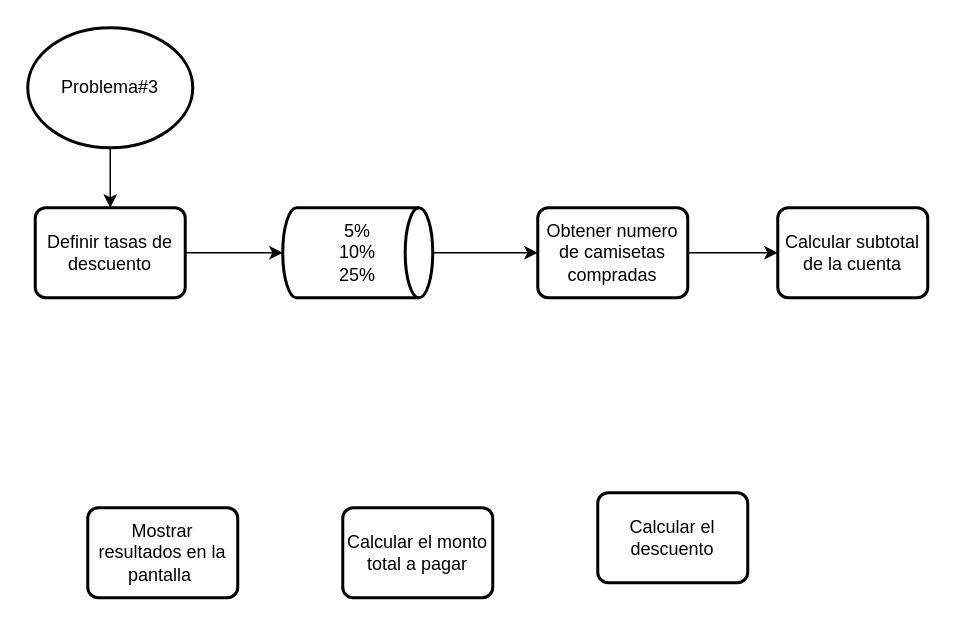
Diego-Campo/sistemas keeps this draw.io diagram as Untitled Diagram.drawio. Above is the earlier version. Source tidied: cells renumbered, new cells numbered last; positions are measured from the earlier drawing's top-left corner, leaving out a move shared by most shapes. Both pictures are drawn from the tidied source at 150%, with x=0, y=0 at pixel (27, 27).
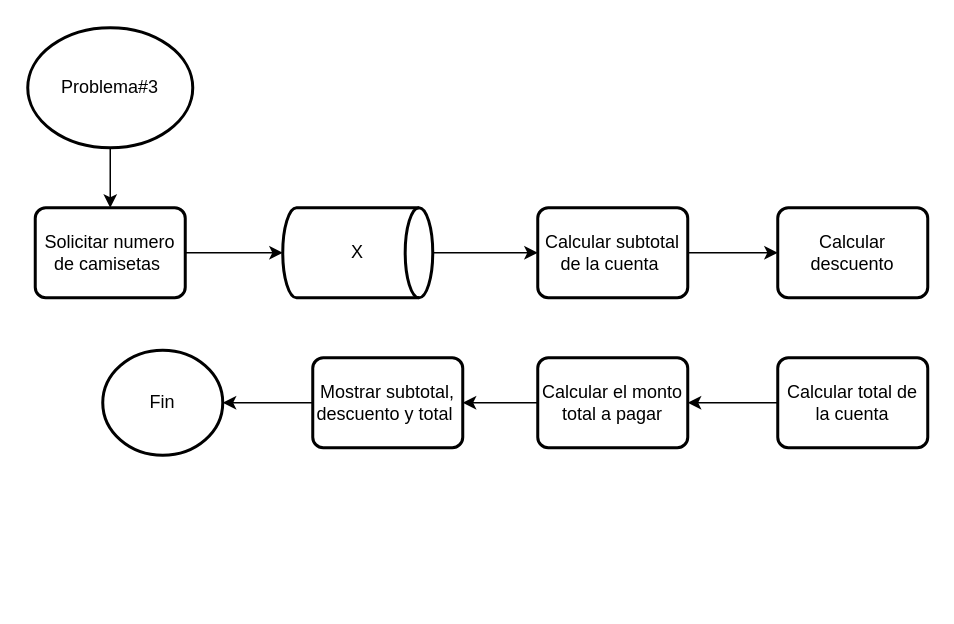
The same page after the edit.

Diff of the diagram source:
```diff
@@
 <mxGraphModel>
   <root>
     <mxCell id="0" />
     <mxCell id="1" parent="0" />
     <mxCell id="2" style="edgeStyle=orthogonalEdgeStyle;rounded=0;jettySize=auto;html=1;exitX=0.5;exitY=1;exitDx=0;exitDy=0;exitPerimeter=0;entryX=0.5;entryY=0;entryDx=0;entryDy=0;" parent="1" edge="1" source="3" target="5">
       <mxGeometry relative="1" as="geometry" />
     </mxCell>
     <mxCell id="3" value="Problema#3" style="strokeWidth=2;html=1;shape=mxgraph.flowchart.start_2;whiteSpace=wrap;rounded=1;" parent="1" vertex="1">
       <mxGeometry width="110" height="80" as="geometry" />
     </mxCell>
     <mxCell id="4" style="edgeStyle=orthogonalEdgeStyle;rounded=0;jettySize=auto;html=1;exitX=1;exitY=0.5;exitDx=0;exitDy=0;entryX=0;entryY=0.5;entryDx=0;entryDy=0;entryPerimeter=0;" parent="1" edge="1" source="5" target="13">
       <mxGeometry relative="1" as="geometry" />
     </mxCell>
-    <mxCell id="5" value="Definir tasas de descuento" style="rounded=1;whiteSpace=wrap;html=1;absoluteArcSize=1;arcSize=14;strokeWidth=2;" parent="1" vertex="1">
+    <mxCell id="5" value="Solicitar numero de camisetas&amp;nbsp;" style="rounded=1;whiteSpace=wrap;html=1;absoluteArcSize=1;arcSize=14;strokeWidth=2;" parent="1" vertex="1">
       <mxGeometry x="5" y="120" width="100" height="60" as="geometry" />
     </mxCell>
     <mxCell id="6" style="edgeStyle=orthogonalEdgeStyle;rounded=0;jettySize=auto;html=1;exitX=1;exitY=0.5;exitDx=0;exitDy=0;entryX=0;entryY=0.5;entryDx=0;entryDy=0;" parent="1" edge="1" source="7" target="8">
       <mxGeometry relative="1" as="geometry" />
     </mxCell>
-    <mxCell id="7" value="Obtener numero de camisetas compradas" style="rounded=1;whiteSpace=wrap;html=1;absoluteArcSize=1;arcSize=14;strokeWidth=2;" parent="1" vertex="1">
+    <mxCell id="7" value="Calcular subtotal de la cuenta&amp;nbsp;" style="rounded=1;whiteSpace=wrap;html=1;absoluteArcSize=1;arcSize=14;strokeWidth=2;" parent="1" vertex="1">
       <mxGeometry x="340" y="120" width="100" height="60" as="geometry" />
     </mxCell>
-    <mxCell id="8" value="Calcular subtotal de la cuenta" style="rounded=1;whiteSpace=wrap;html=1;absoluteArcSize=1;arcSize=14;strokeWidth=2;" parent="1" vertex="1">
+    <mxCell id="8" value="Calcular descuento" style="rounded=1;whiteSpace=wrap;html=1;absoluteArcSize=1;arcSize=14;strokeWidth=2;" parent="1" vertex="1">
       <mxGeometry x="500" y="120" width="100" height="60" as="geometry" />
     </mxCell>
+    <mxCell id="14" style="edgeStyle=orthogonalEdgeStyle;rounded=0;jettySize=auto;html=1;exitX=0;exitY=0.5;exitDx=0;exitDy=0;entryX=1;entryY=0.5;entryDx=0;entryDy=0;entryPerimeter=0;" parent="1" edge="1" source="9" target="17">
+      <mxGeometry relative="1" as="geometry" />
+    </mxCell>
-    <mxCell id="9" value="Mostrar resultados en la pantalla&amp;nbsp;" style="rounded=1;whiteSpace=wrap;html=1;absoluteArcSize=1;arcSize=14;strokeWidth=2;" parent="1" vertex="1">
-      <mxGeometry x="40" y="320" width="100" height="60" as="geometry" />
+    <mxCell id="9" value="Mostrar subtotal, descuento y total&amp;nbsp;" style="rounded=1;whiteSpace=wrap;html=1;absoluteArcSize=1;arcSize=14;strokeWidth=2;" parent="1" vertex="1">
+      <mxGeometry x="190" y="220" width="100" height="60" as="geometry" />
     </mxCell>
+    <mxCell id="15" style="edgeStyle=orthogonalEdgeStyle;rounded=0;jettySize=auto;html=1;exitX=0;exitY=0.5;exitDx=0;exitDy=0;entryX=1;entryY=0.5;entryDx=0;entryDy=0;" parent="1" edge="1" source="10" target="11">
+      <mxGeometry relative="1" as="geometry" />
+    </mxCell>
-    <mxCell id="10" value="Calcular el descuento" style="rounded=1;whiteSpace=wrap;html=1;absoluteArcSize=1;arcSize=14;strokeWidth=2;" parent="1" vertex="1">
-      <mxGeometry x="380" y="310" width="100" height="60" as="geometry" />
+    <mxCell id="10" value="Calcular total de la cuenta" style="rounded=1;whiteSpace=wrap;html=1;absoluteArcSize=1;arcSize=14;strokeWidth=2;" parent="1" vertex="1">
+      <mxGeometry x="500" y="220" width="100" height="60" as="geometry" />
     </mxCell>
+    <mxCell id="16" style="edgeStyle=orthogonalEdgeStyle;rounded=0;jettySize=auto;html=1;exitX=0;exitY=0.5;exitDx=0;exitDy=0;entryX=1;entryY=0.5;entryDx=0;entryDy=0;" parent="1" edge="1" source="11" target="9">
+      <mxGeometry relative="1" as="geometry" />
+    </mxCell>
     <mxCell id="11" value="Calcular el monto total a pagar" style="rounded=1;whiteSpace=wrap;html=1;absoluteArcSize=1;arcSize=14;strokeWidth=2;" parent="1" vertex="1">
-      <mxGeometry x="210" y="320" width="100" height="60" as="geometry" />
+      <mxGeometry x="340" y="220" width="100" height="60" as="geometry" />
     </mxCell>
     <mxCell id="12" style="edgeStyle=orthogonalEdgeStyle;rounded=0;jettySize=auto;html=1;exitX=1;exitY=0.5;exitDx=0;exitDy=0;exitPerimeter=0;entryX=0;entryY=0.5;entryDx=0;entryDy=0;" parent="1" edge="1" source="13" target="7">
       <mxGeometry relative="1" as="geometry" />
     </mxCell>
-    <mxCell id="13" value="5%&lt;br&gt;10%&lt;br&gt;25%" style="strokeWidth=2;html=1;shape=mxgraph.flowchart.direct_data;whiteSpace=wrap;" parent="1" vertex="1">
+    <mxCell id="13" value="X" style="strokeWidth=2;html=1;shape=mxgraph.flowchart.direct_data;whiteSpace=wrap;" parent="1" vertex="1">
       <mxGeometry x="170" y="120" width="100" height="60" as="geometry" />
     </mxCell>
+    <mxCell id="17" value="Fin" style="strokeWidth=2;html=1;shape=mxgraph.flowchart.start_2;whiteSpace=wrap;rounded=1;" parent="1" vertex="1">
+      <mxGeometry x="50" y="215" width="80" height="70" as="geometry" />
+    </mxCell>
   </root>
 </mxGraphModel>
```
